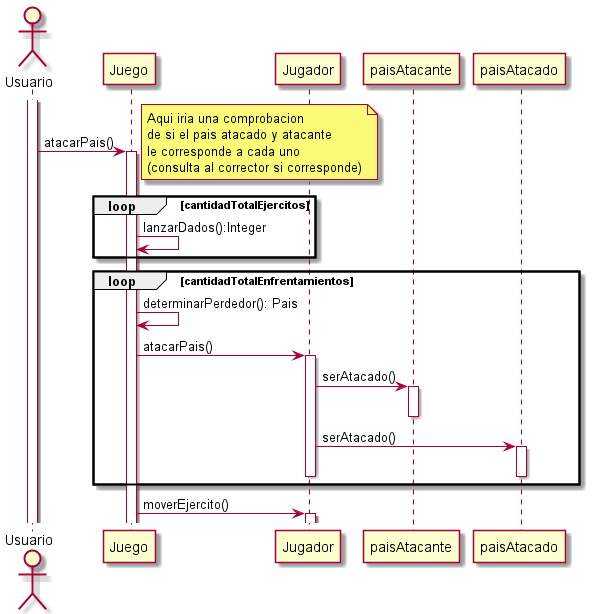
The PlantUML diagram docs/diagramasUML/diagramaDeSecuencia.png in nauee/Algo3-TP2, before a commit.
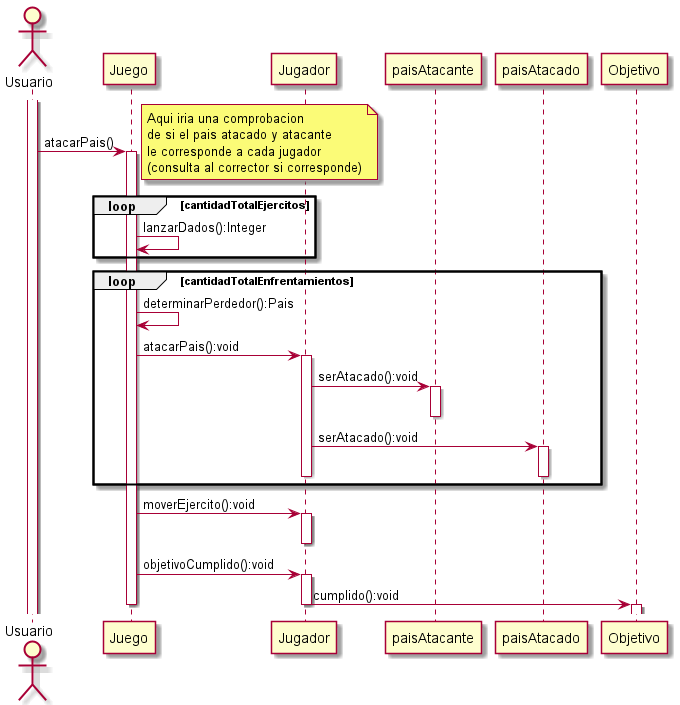
After the commit.

Commit message:
actualizacion diagrama de secuencia y agregado diagrama de clases

Change to the diagram source:
```diff
@@ -7,7 +7,7 @@
 note right
 Aqui iria una comprobacion
 de si el pais atacado y atacante
-le corresponde a cada uno
+le corresponde a cada jugador
 (consulta al corrector si corresponde)
 end note
 
@@ -19,25 +19,37 @@
 
 loop cantidadTotalEnfrentamientos
 
-    Juego -> Juego: determinarPerdedor(): Pais
+    Juego -> Juego: determinarPerdedor():Pais
 
-    Juego -> Jugador: atacarPais()
+    Juego -> Jugador: atacarPais():void
 
     Jugador++
 
-    Jugador -> paisAtacante: serAtacado()
+    Jugador -> paisAtacante: serAtacado():void
 
     paisAtacante++
     paisAtacante--
 
-    Jugador -> paisAtacado: serAtacado()
+    Jugador -> paisAtacado: serAtacado():void
 
     paisAtacado++
     paisAtacado--
     Jugador--
 end
 
-Juego -> Jugador: moverEjercito()
+Juego -> Jugador: moverEjercito():void
+Jugador++
+Jugador--
+
+Juego -> Jugador: objetivoCumplido():void
 Jugador++
 
+Jugador -> Objetivo: cumplido():void
+Jugador--
+
+Objetivo++
+Objetivo--
+
+Juego--
+
 @enduml
```
